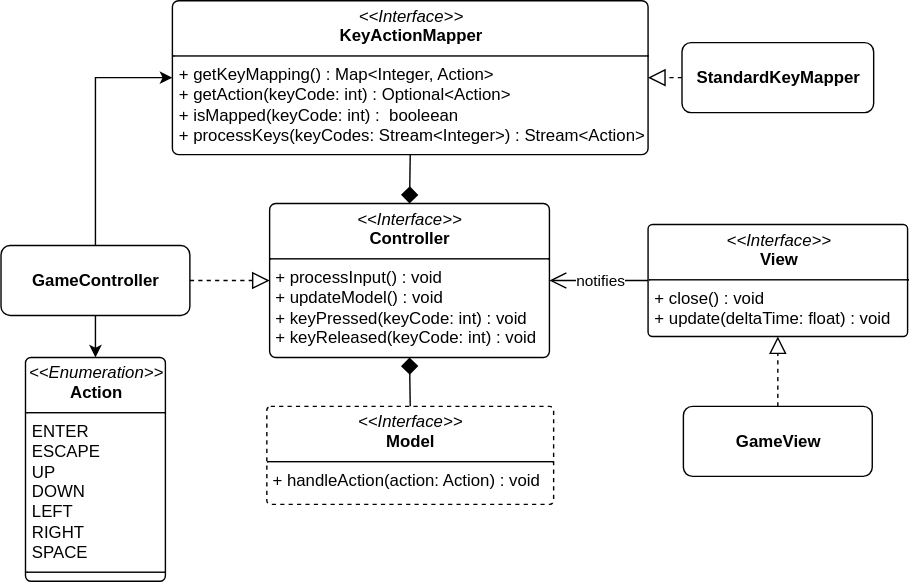
Before: report/svg/Command.svg, a diagram exported from draw.io (unibo-oop-projects/OOP24-AlessandroRebosio-FilippoRicciotti-Grace-GraziaBochdanovits-RenovateBot-coffeBreak). Source tidied: cells renumbered, new cells last; positions are measured from the earlier drawing's top-left corner, leaving out a move shared by most shapes.
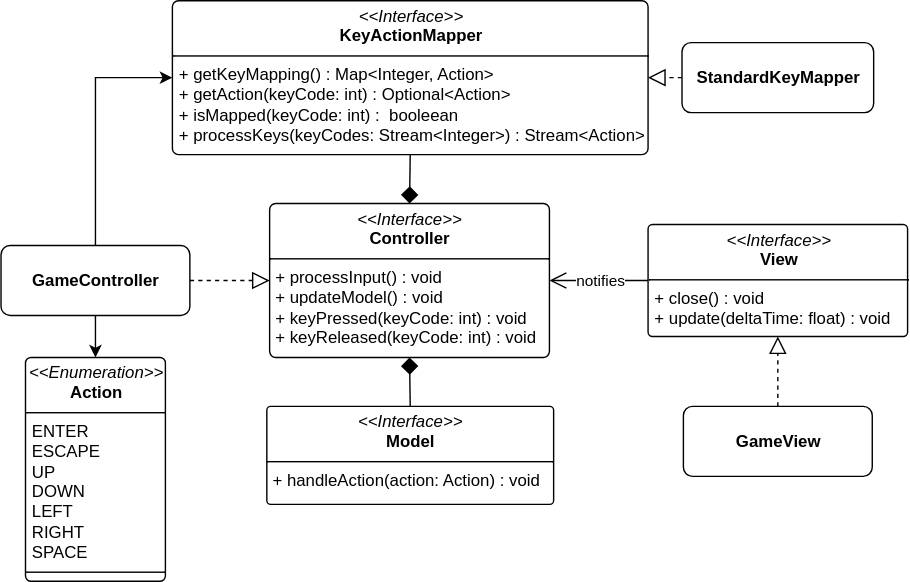
After the change.

Change to the diagram source:
```diff
@@ -8,7 +8,7 @@
     <mxCell id="3" style="edgeStyle=orthogonalEdgeStyle;rounded=0;jettySize=auto;html=1;exitX=0.5;exitY=0;exitDx=0;exitDy=0;entryX=0.5;entryY=1;entryDx=0;entryDy=0;endArrow=diamond;endFill=1;endSize=10;" parent="1" edge="1" source="4" target="2">
       <mxGeometry relative="1" as="geometry" />
     </mxCell>
-    <mxCell id="4" value="&lt;p style=&quot;margin:0px;margin-top:4px;text-align:center;&quot;&gt;&lt;i&gt;&amp;lt;&amp;lt;Interface&amp;gt;&amp;gt;&lt;/i&gt;&lt;br&gt;&lt;b&gt;Model&lt;/b&gt;&lt;/p&gt;&lt;hr size=&quot;1&quot; style=&quot;border-style:solid;&quot;&gt;&lt;p style=&quot;margin:0px;margin-left:4px;&quot;&gt;&lt;font color=&quot;#000000&quot;&gt;&lt;span style=&quot;caret-color: rgb(0, 0, 0);&quot;&gt;+ handleAction(action: Action) : void&lt;/span&gt;&lt;/font&gt;&lt;/p&gt;" style="verticalAlign=top;align=left;overflow=fill;html=1;whiteSpace=wrap;rounded=1;arcSize=4;dashed=1;" parent="1" vertex="1">
+    <mxCell id="4" value="&lt;p style=&quot;margin:0px;margin-top:4px;text-align:center;&quot;&gt;&lt;i&gt;&amp;lt;&amp;lt;Interface&amp;gt;&amp;gt;&lt;/i&gt;&lt;br&gt;&lt;b&gt;Model&lt;/b&gt;&lt;/p&gt;&lt;hr size=&quot;1&quot; style=&quot;border-style:solid;&quot;&gt;&lt;p style=&quot;margin:0px;margin-left:4px;&quot;&gt;&lt;font color=&quot;#000000&quot;&gt;&lt;span style=&quot;caret-color: rgb(0, 0, 0);&quot;&gt;+ handleAction(action: Action) : void&lt;/span&gt;&lt;/font&gt;&lt;/p&gt;" style="verticalAlign=top;align=left;overflow=fill;html=1;whiteSpace=wrap;rounded=1;arcSize=4;" parent="1" vertex="1">
       <mxGeometry x="190" y="290" width="205" height="70" as="geometry" />
     </mxCell>
     <mxCell id="5" style="edgeStyle=orthogonalEdgeStyle;rounded=0;jettySize=auto;html=1;exitX=0.5;exitY=1;exitDx=0;exitDy=0;entryX=0.5;entryY=0;entryDx=0;entryDy=0;endSize=10;endArrow=diamond;endFill=1;" parent="1" edge="1" source="6" target="2">
```
